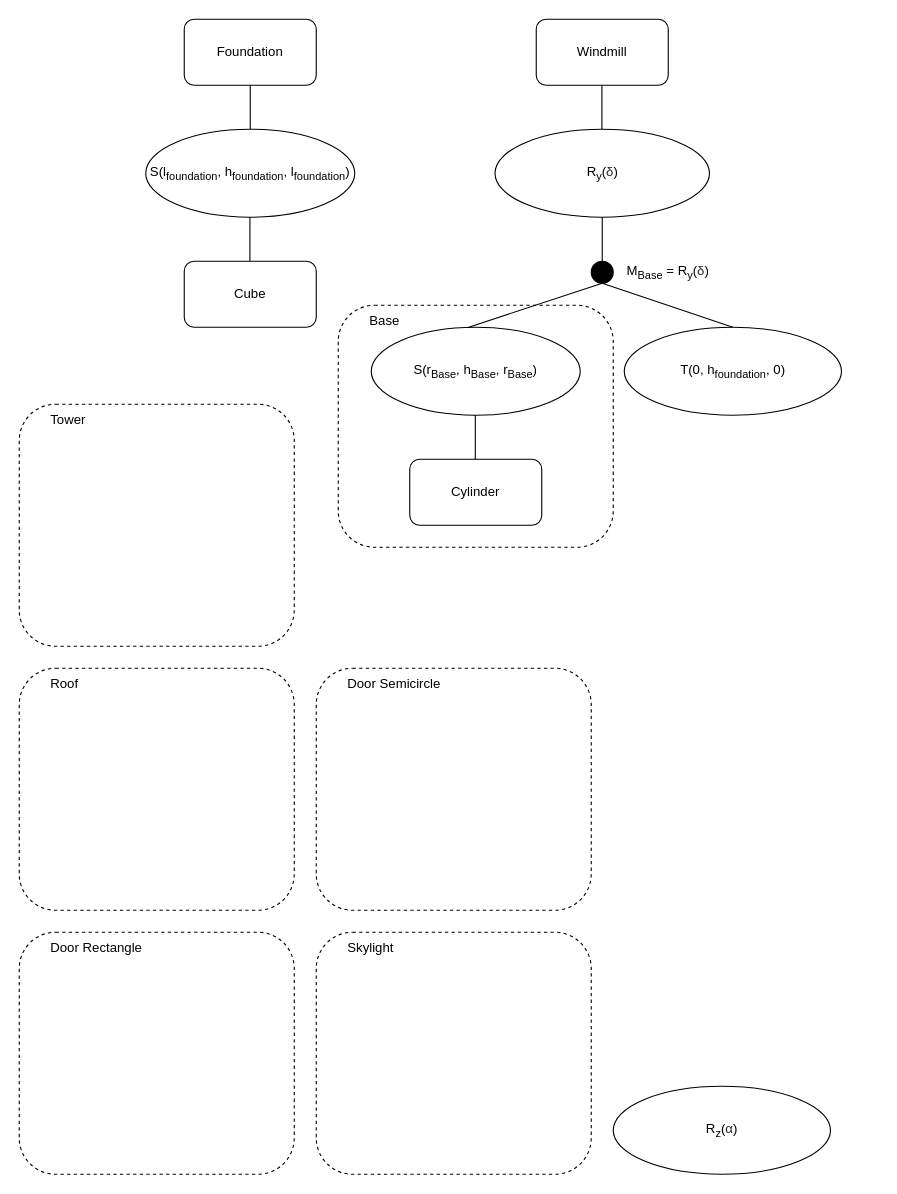
This is Trabalho-1/Grafo de Cena.drawio from catarinab/CG, a draw.io file, before an edit. Source tidied: cells renumbered, new cells numbered last; positions are measured from the earlier drawing's top-left corner, leaving out a move shared by most shapes. Both pictures are drawn from the tidied source at 110%, with x=0, y=0 at pixel (19, 19).
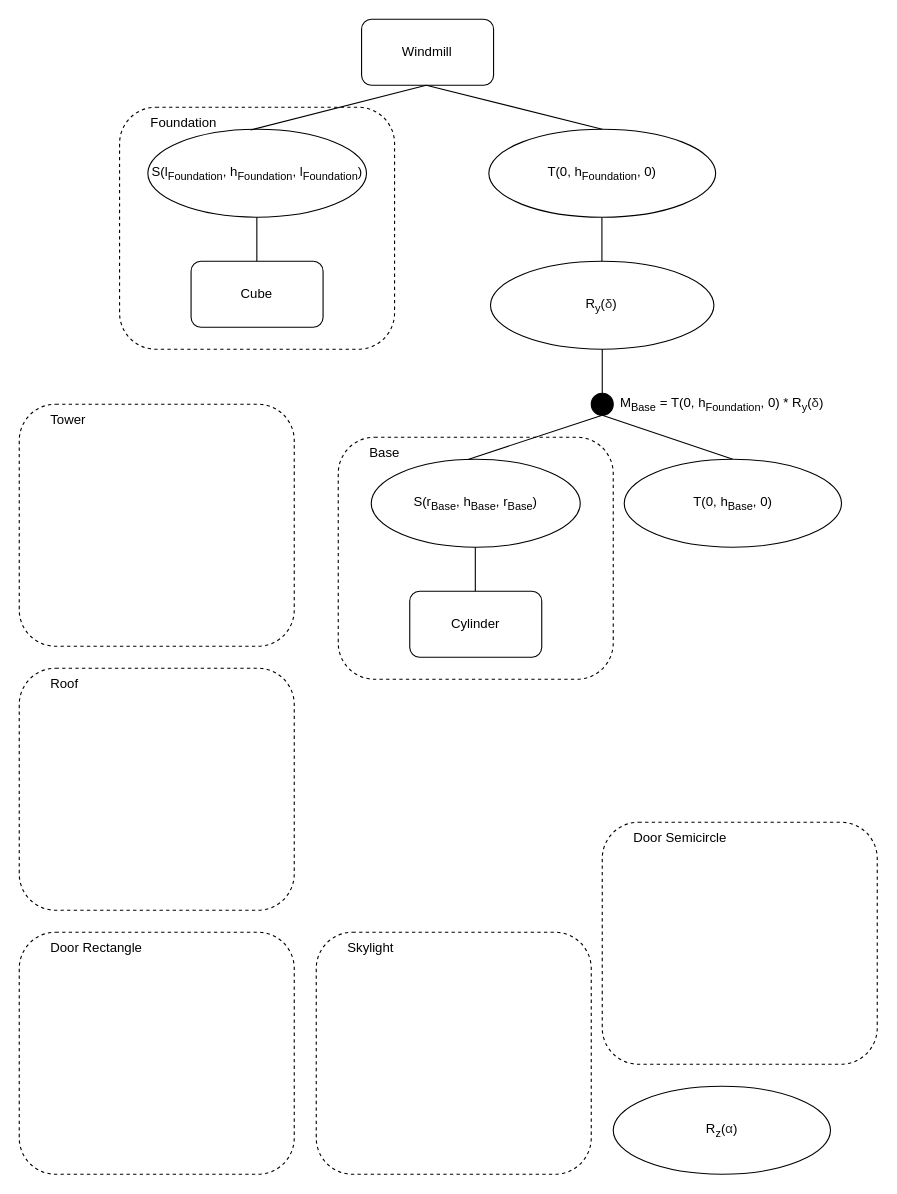
The same page after the edit.

What changed in the source:
```diff
@@
+    <mxCell id="3" value="&lt;span style=&quot;white-space: pre;&quot;&gt;&#9;Foundation&lt;br/&gt;&lt;/span&gt;" style="rounded=1;whiteSpace=wrap;html=1;fontFamily=Helvetica;fontSize=12;strokeColor=#000000;fillColor=none;dashed=1;align=left;verticalAlign=top;" parent="1" vertex="1">
+      <mxGeometry x="91.2" y="80" width="250" height="220" as="geometry" />
+    </mxCell>
-    <mxCell id="2" value="S(l&lt;sub style=&quot;&quot;&gt;foundation&lt;/sub&gt;, h&lt;sub&gt;foundation&lt;/sub&gt;, l&lt;sub style=&quot;&quot;&gt;foundation&lt;/sub&gt;)" style="ellipse;whiteSpace=wrap;html=1;" parent="1" vertex="1">
-      <mxGeometry x="115" y="100" width="190" height="80" as="geometry" />
+    <mxCell id="2" value="S(l&lt;sub style=&quot;&quot;&gt;Foundation&lt;/sub&gt;, h&lt;sub&gt;Foundation&lt;/sub&gt;, l&lt;sub style=&quot;&quot;&gt;Foundation&lt;/sub&gt;)" style="ellipse;whiteSpace=wrap;html=1;" parent="1" vertex="1">
+      <mxGeometry x="116.9" y="100" width="198.8" height="80" as="geometry" />
     </mxCell>
-    <mxCell id="3" value="&lt;span style=&quot;&quot;&gt;Foundation&lt;/span&gt;" style="rounded=1;whiteSpace=wrap;html=1;" parent="1" vertex="1">
-      <mxGeometry x="150" width="120" height="60" as="geometry" />
-    </mxCell>
     <mxCell id="4" value="Cube" style="rounded=1;whiteSpace=wrap;html=1;" parent="1" vertex="1">
-      <mxGeometry x="150" y="220" width="120" height="60" as="geometry" />
+      <mxGeometry x="156.2" y="220" width="120" height="60" as="geometry" />
     </mxCell>
-    <mxCell id="5" style="endArrow=none;html=1;rounded=0;exitX=0.5;exitY=0;exitDx=0;exitDy=0;" parent="1" edge="1" source="2">
-      <mxGeometry relative="1" as="geometry">
-        <mxPoint x="210" y="60" as="targetPoint" />
-      </mxGeometry>
-    </mxCell>
     <mxCell id="6" style="endArrow=none;html=1;rounded=0;exitX=0.5;exitY=0;exitDx=0;exitDy=0;" parent="1" edge="1">
       <mxGeometry relative="1" as="geometry">
-        <mxPoint x="209.7" y="220" as="sourcePoint" />
-        <mxPoint x="209.7" y="180" as="targetPoint" />
+        <mxPoint x="216" y="220" as="sourcePoint" />
+        <mxPoint x="216" y="180" as="targetPoint" />
       </mxGeometry>
     </mxCell>
     <mxCell id="7" value="Windmill" style="rounded=1;whiteSpace=wrap;html=1;" parent="1" vertex="1">
-      <mxGeometry x="470" width="120" height="60" as="geometry" />
+      <mxGeometry x="311.2" width="120" height="60" as="geometry" />
     </mxCell>
     <mxCell id="8" value="R&lt;sub&gt;y&lt;/sub&gt;(&lt;span style=&quot;text-align: start; caret-color: rgb(40, 40, 40); color: rgb(40, 40, 40); background-color: rgb(255, 255, 255);&quot;&gt;&lt;font style=&quot;font-size: 12px;&quot;&gt;δ&lt;/font&gt;&lt;/span&gt;)" style="ellipse;whiteSpace=wrap;html=1;" parent="1" vertex="1">
-      <mxGeometry x="432.5" y="100" width="195" height="80" as="geometry" />
+      <mxGeometry x="428.4" y="220" width="203.1" height="80" as="geometry" />
     </mxCell>
     <mxCell id="9" style="ellipse;whiteSpace=wrap;html=1;fontFamily=Helvetica;fontSize=12;fillColor=#000000;" parent="1" vertex="1">
-      <mxGeometry x="520" y="220" width="20" height="20" as="geometry" />
+      <mxGeometry x="520" y="340" width="20" height="20" as="geometry" />
     </mxCell>
     <mxCell id="10" style="endArrow=none;html=1;rounded=0;fontFamily=Helvetica;fontSize=12;exitX=0.5;exitY=0;exitDx=0;exitDy=0;" parent="1" edge="1" source="9">
       <mxGeometry relative="1" as="geometry">
-        <mxPoint x="530" y="180" as="targetPoint" />
+        <mxPoint x="530" y="300" as="targetPoint" />
       </mxGeometry>
     </mxCell>
     <mxCell id="11" style="endArrow=none;html=1;rounded=0;exitX=0.5;exitY=0;exitDx=0;exitDy=0;" parent="1" edge="1">
       <mxGeometry relative="1" as="geometry">
-        <mxPoint x="529.7" y="100" as="sourcePoint" />
-        <mxPoint x="529.7" y="60" as="targetPoint" />
+        <mxPoint x="529.7" y="220" as="sourcePoint" />
+        <mxPoint x="529.7" y="180" as="targetPoint" />
       </mxGeometry>
     </mxCell>
-    <mxCell id="12" value="M&lt;sub&gt;Base&lt;/sub&gt; =&amp;nbsp;R&lt;sub&gt;y&lt;/sub&gt;(&lt;span style=&quot;text-align: start; caret-color: rgb(40, 40, 40); color: rgb(40, 40, 40); background-color: rgb(255, 255, 255);&quot;&gt;δ&lt;/span&gt;)" style="text;html=1;strokeColor=none;fillColor=none;align=center;verticalAlign=middle;whiteSpace=wrap;rounded=0;fontFamily=Helvetica;fontSize=12;" parent="1" vertex="1">
-      <mxGeometry x="550" y="215" width="80" height="30" as="geometry" />
+    <mxCell id="12" value="M&lt;sub&gt;Base&lt;/sub&gt; =&amp;nbsp;T(0,&amp;nbsp;h&lt;sub&gt;Foundation&lt;/sub&gt;, 0) *&amp;nbsp;R&lt;sub&gt;y&lt;/sub&gt;(&lt;span style=&quot;text-align: start; caret-color: rgb(40, 40, 40); color: rgb(40, 40, 40); background-color: rgb(255, 255, 255);&quot;&gt;δ&lt;/span&gt;)" style="text;html=1;strokeColor=none;fillColor=none;align=center;verticalAlign=middle;whiteSpace=wrap;rounded=0;fontFamily=Helvetica;fontSize=12;" parent="1" vertex="1">
+      <mxGeometry x="543.8" y="335" width="190" height="30" as="geometry" />
     </mxCell>
-    <mxCell id="13" value="T(0,&amp;nbsp;h&lt;sub&gt;foundation&lt;/sub&gt;, 0)" style="ellipse;whiteSpace=wrap;html=1;fontFamily=Helvetica;fontSize=12;fillColor=#FFFFFF;" parent="1" vertex="1">
-      <mxGeometry x="550" y="280" width="197.5" height="80" as="geometry" />
-    </mxCell>
     <mxCell id="14" value="S(r&lt;sub style=&quot;&quot;&gt;Base&lt;/sub&gt;, h&lt;sub&gt;Base&lt;/sub&gt;, r&lt;sub style=&quot;&quot;&gt;Base&lt;/sub&gt;)" style="ellipse;whiteSpace=wrap;html=1;" parent="1" vertex="1">
-      <mxGeometry x="320" y="280" width="190" height="80" as="geometry" />
+      <mxGeometry x="320" y="400" width="190" height="80" as="geometry" />
     </mxCell>
     <mxCell id="15" value="Cylinder" style="rounded=1;whiteSpace=wrap;html=1;" parent="1" vertex="1">
-      <mxGeometry x="355" y="400" width="120" height="60" as="geometry" />
+      <mxGeometry x="355" y="520" width="120" height="60" as="geometry" />
     </mxCell>
     <mxCell id="16" style="endArrow=none;html=1;rounded=0;exitX=0.5;exitY=0;exitDx=0;exitDy=0;" parent="1" edge="1">
       <mxGeometry relative="1" as="geometry">
-        <mxPoint x="414.6" y="400" as="sourcePoint" />
-        <mxPoint x="414.6" y="360" as="targetPoint" />
+        <mxPoint x="414.6" y="520" as="sourcePoint" />
+        <mxPoint x="414.6" y="480" as="targetPoint" />
       </mxGeometry>
     </mxCell>
     <mxCell id="17" style="endArrow=none;html=1;rounded=0;fontFamily=Helvetica;fontSize=12;exitX=0.463;exitY=0.002;exitDx=0;exitDy=0;exitPerimeter=0;" parent="1" edge="1" source="14">
       <mxGeometry relative="1" as="geometry">
-        <mxPoint x="530" y="240" as="targetPoint" />
+        <mxPoint x="530" y="360" as="targetPoint" />
       </mxGeometry>
     </mxCell>
-    <mxCell id="18" style="endArrow=none;html=1;rounded=0;fontFamily=Helvetica;fontSize=12;exitX=0.5;exitY=0;exitDx=0;exitDy=0;" parent="1" edge="1" source="13">
+    <mxCell id="18" style="endArrow=none;html=1;rounded=0;fontFamily=Helvetica;fontSize=12;exitX=0.5;exitY=0;exitDx=0;exitDy=0;" parent="1" edge="1" source="29">
       <mxGeometry relative="1" as="geometry">
-        <mxPoint x="530" y="240" as="targetPoint" />
+        <mxPoint x="530" y="360" as="targetPoint" />
       </mxGeometry>
     </mxCell>
     <mxCell id="19" value="&lt;span style=&quot;white-space: pre;&quot;&gt;&#9;&lt;/span&gt;Base" style="rounded=1;whiteSpace=wrap;html=1;fontFamily=Helvetica;fontSize=12;strokeColor=#000000;fillColor=none;dashed=1;align=left;verticalAlign=top;" parent="1" vertex="1">
-      <mxGeometry x="290" y="260" width="250" height="220" as="geometry" />
+      <mxGeometry x="290" y="380" width="250" height="220" as="geometry" />
     </mxCell>
@@
     <mxCell id="24" value="&lt;span style=&quot;white-space: pre;&quot;&gt;&#9;Door Semicircle&lt;/span&gt;" style="rounded=1;whiteSpace=wrap;html=1;fontFamily=Helvetica;fontSize=12;strokeColor=#000000;fillColor=none;dashed=1;align=left;verticalAlign=top;" parent="1" vertex="1">
-      <mxGeometry x="270" y="590" width="250" height="220" as="geometry" />
+      <mxGeometry x="530" y="730" width="250" height="220" as="geometry" />
     </mxCell>
@@
+    <mxCell id="26" value="T(0,&amp;nbsp;h&lt;sub&gt;Foundation&lt;/sub&gt;, 0)" style="ellipse;whiteSpace=wrap;html=1;fontFamily=Helvetica;fontSize=12;fillColor=#FFFFFF;" parent="1" vertex="1">
+      <mxGeometry x="426.9" y="100" width="206.2" height="80" as="geometry" />
+    </mxCell>
+    <mxCell id="27" style="endArrow=none;html=1;rounded=0;exitX=0.47;exitY=0.009;exitDx=0;exitDy=0;exitPerimeter=0;" parent="1" edge="1" source="2">
+      <mxGeometry relative="1" as="geometry">
+        <mxPoint x="370" y="60" as="targetPoint" />
+      </mxGeometry>
+    </mxCell>
+    <mxCell id="28" style="endArrow=none;html=1;rounded=0;exitX=0.5;exitY=0;exitDx=0;exitDy=0;" parent="1" edge="1" source="26">
+      <mxGeometry relative="1" as="geometry">
+        <mxPoint x="370" y="60" as="targetPoint" />
+      </mxGeometry>
+    </mxCell>
+    <mxCell id="29" value="T(0,&amp;nbsp;h&lt;sub&gt;Base&lt;/sub&gt;, 0)" style="ellipse;whiteSpace=wrap;html=1;fontFamily=Helvetica;fontSize=12;fillColor=#FFFFFF;" parent="1" vertex="1">
+      <mxGeometry x="550" y="400" width="197.5" height="80" as="geometry" />
+    </mxCell>
```
